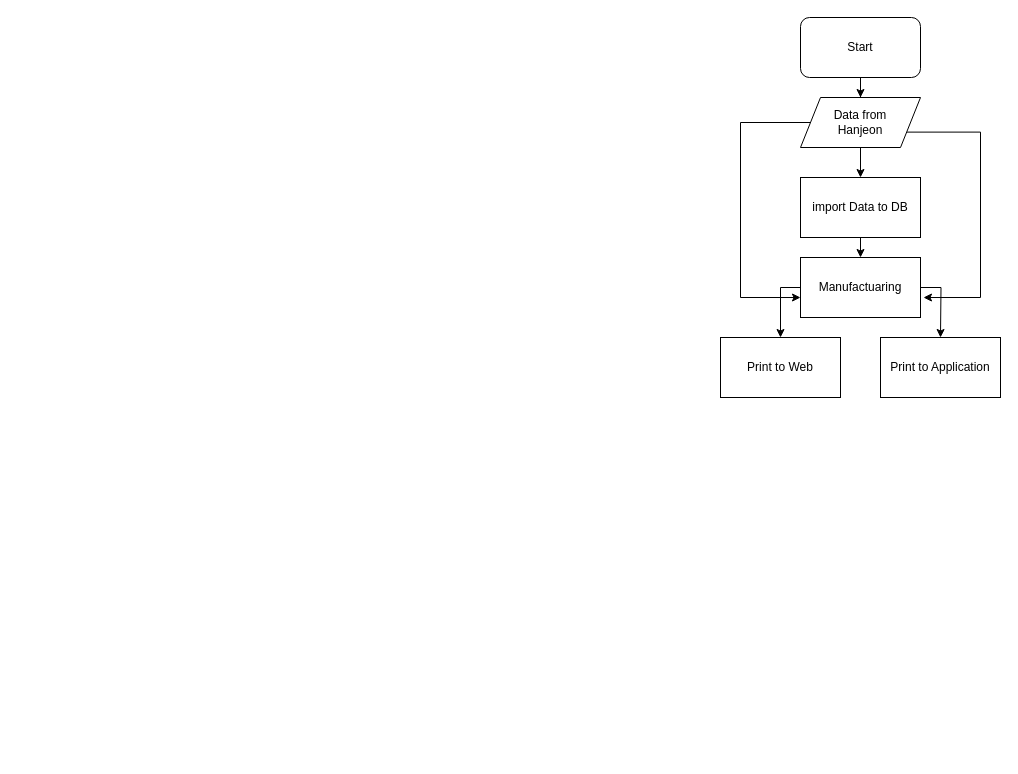
Before: Untitled Diagram.drawio in lot8229/Kdn-Algorithm, a draw.io diagram. Source tidied: cells renumbered, new cells numbered last; positions are measured from the earlier drawing's top-left corner, leaving out a move shared by most shapes. Both pictures are drawn from the tidied source at 100%, with x=0, y=0 at pixel (720, 17).
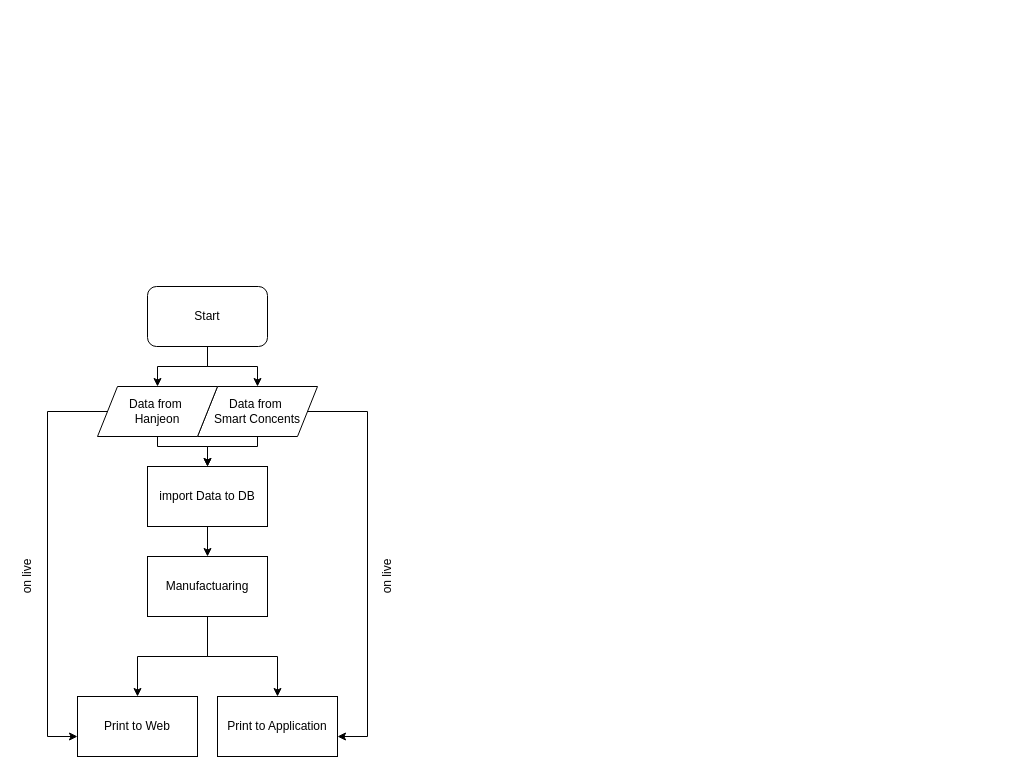
The same page after the edit.

Change to the diagram source:
```diff
@@
+    <mxCell id="15" style="edgeStyle=orthogonalEdgeStyle;rounded=0;jettySize=auto;html=1;" parent="1" edge="1" source="3" target="19">
+      <mxGeometry relative="1" as="geometry" />
+    </mxCell>
@@
     <mxCell id="3" value="Start" style="rounded=1;whiteSpace=wrap;html=1;" parent="1" vertex="1">
-      <mxGeometry x="80" width="120" height="60" as="geometry" />
+      <mxGeometry x="-573" y="269" width="120" height="60" as="geometry" />
     </mxCell>
+    <mxCell id="16" style="edgeStyle=orthogonalEdgeStyle;rounded=0;jettySize=auto;html=1;exitX=1;exitY=0.5;exitDx=0;exitDy=0;entryX=1;entryY=0.667;entryDx=0;entryDy=0;entryPerimeter=0;" parent="1" edge="1" source="7" target="14">
+      <mxGeometry relative="1" as="geometry">
+        <Array as="points">
+          <mxPoint x="-353" y="394" />
+          <mxPoint x="-353" y="719" />
+        </Array>
+      </mxGeometry>
+    </mxCell>
-    <mxCell id="4" style="edgeStyle=orthogonalEdgeStyle;rounded=0;jettySize=auto;html=1;exitX=0.5;exitY=1;exitDx=0;exitDy=0;" parent="1" edge="1" source="7" target="9">
+    <mxCell id="4" style="edgeStyle=orthogonalEdgeStyle;rounded=0;jettySize=auto;html=1;entryX=0.5;entryY=0;entryDx=0;entryDy=0;" parent="1" edge="1" source="7" target="9">
       <mxGeometry relative="1" as="geometry">
         <Array as="points">
-          <mxPoint x="140" y="120" />
+          <mxPoint x="-463" y="429" />
+          <mxPoint x="-513" y="429" />
         </Array>
       </mxGeometry>
     </mxCell>
-    <mxCell id="5" style="edgeStyle=orthogonalEdgeStyle;rounded=0;jettySize=auto;html=1;exitX=1;exitY=0.75;exitDx=0;exitDy=0;entryX=1.025;entryY=0.667;entryDx=0;entryDy=0;entryPerimeter=0;" parent="1" edge="1" source="7" target="12">
-      <mxGeometry relative="1" as="geometry">
-        <Array as="points">
-          <mxPoint x="260" y="115" />
-          <mxPoint x="260" y="280" />
-        </Array>
-      </mxGeometry>
-    </mxCell>
-    <mxCell id="6" style="edgeStyle=orthogonalEdgeStyle;rounded=0;jettySize=auto;html=1;entryX=0;entryY=0.667;entryDx=0;entryDy=0;entryPerimeter=0;" parent="1" edge="1" source="7" target="12">
-      <mxGeometry relative="1" as="geometry">
-        <Array as="points">
-          <mxPoint x="20" y="105" />
-          <mxPoint x="20" y="280" />
-        </Array>
-      </mxGeometry>
-    </mxCell>
-    <mxCell id="7" value="Data from &lt;br&gt;Hanjeon" style="shape=parallelogram;perimeter=parallelogramPerimeter;whiteSpace=wrap;html=1;fixedSize=1;" parent="1" vertex="1">
-      <mxGeometry x="80" y="80" width="120" height="50" as="geometry" />
+    <mxCell id="7" value="Data from&amp;nbsp;&lt;br&gt;Smart Concents" style="shape=parallelogram;perimeter=parallelogramPerimeter;whiteSpace=wrap;html=1;fixedSize=1;" parent="1" vertex="1">
+      <mxGeometry x="-523" y="369" width="120" height="50" as="geometry" />
     </mxCell>
-    <mxCell id="8" style="edgeStyle=orthogonalEdgeStyle;rounded=0;jettySize=auto;html=1;" parent="1" edge="1" source="9">
-      <mxGeometry relative="1" as="geometry">
-        <mxPoint x="140" y="240" as="targetPoint" />
-      </mxGeometry>
-    </mxCell>
-    <mxCell id="9" value="import Data to DB" style="rounded=0;whiteSpace=wrap;html=1;" parent="1" vertex="1">
-      <mxGeometry x="80" y="160" width="120" height="60" as="geometry" />
-    </mxCell>
-    <mxCell id="10" style="edgeStyle=orthogonalEdgeStyle;rounded=0;jettySize=auto;html=1;" parent="1" edge="1" source="12">
-      <mxGeometry relative="1" as="geometry">
-        <mxPoint x="60" y="320" as="targetPoint" />
-      </mxGeometry>
-    </mxCell>
-    <mxCell id="11" style="edgeStyle=orthogonalEdgeStyle;rounded=0;jettySize=auto;html=1;" parent="1" edge="1" source="12">
-      <mxGeometry relative="1" as="geometry">
-        <mxPoint x="220" y="320" as="targetPoint" />
-      </mxGeometry>
-    </mxCell>
-    <mxCell id="12" value="Manufactuaring" style="rounded=0;whiteSpace=wrap;html=1;" parent="1" vertex="1">
-      <mxGeometry x="80" y="240" width="120" height="60" as="geometry" />
-    </mxCell>
     <mxCell id="13" value="Print to Web" style="rounded=0;whiteSpace=wrap;html=1;" parent="1" vertex="1">
-      <mxGeometry y="320" width="120" height="60" as="geometry" />
+      <mxGeometry x="-643" y="679" width="120" height="60" as="geometry" />
     </mxCell>
     <mxCell id="14" value="Print to Application" style="rounded=0;whiteSpace=wrap;html=1;" parent="1" vertex="1">
-      <mxGeometry x="160" y="320" width="120" height="60" as="geometry" />
+      <mxGeometry x="-503" y="679" width="120" height="60" as="geometry" />
     </mxCell>
+    <mxCell id="17" style="edgeStyle=orthogonalEdgeStyle;rounded=0;jettySize=auto;html=1;entryX=0;entryY=0.667;entryDx=0;entryDy=0;entryPerimeter=0;" parent="1" edge="1" source="19" target="13">
+      <mxGeometry relative="1" as="geometry">
+        <Array as="points">
+          <mxPoint x="-673" y="394" />
+          <mxPoint x="-673" y="719" />
+        </Array>
+      </mxGeometry>
+    </mxCell>
+    <mxCell id="18" style="edgeStyle=orthogonalEdgeStyle;rounded=0;jettySize=auto;html=1;exitX=0.5;exitY=1;exitDx=0;exitDy=0;entryX=0.5;entryY=0;entryDx=0;entryDy=0;" parent="1" edge="1" source="19" target="9">
+      <mxGeometry relative="1" as="geometry">
+        <Array as="points">
+          <mxPoint x="-563" y="429" />
+          <mxPoint x="-513" y="429" />
+        </Array>
+      </mxGeometry>
+    </mxCell>
+    <mxCell id="19" value="Data from&amp;nbsp;&lt;br&gt;Hanjeon" style="shape=parallelogram;perimeter=parallelogramPerimeter;whiteSpace=wrap;html=1;fixedSize=1;" parent="1" vertex="1">
+      <mxGeometry x="-623" y="369" width="120" height="50" as="geometry" />
+    </mxCell>
+    <mxCell id="20" style="edgeStyle=orthogonalEdgeStyle;rounded=0;jettySize=auto;html=1;exitX=0.5;exitY=1;exitDx=0;exitDy=0;entryX=0.5;entryY=0;entryDx=0;entryDy=0;" parent="1" edge="1" source="9" target="12">
+      <mxGeometry relative="1" as="geometry" />
+    </mxCell>
+    <mxCell id="9" value="import Data to DB" style="rounded=0;whiteSpace=wrap;html=1;" parent="1" vertex="1">
+      <mxGeometry x="-573" y="449" width="120" height="60" as="geometry" />
+    </mxCell>
+    <mxCell id="21" style="edgeStyle=orthogonalEdgeStyle;rounded=0;jettySize=auto;html=1;exitX=0.5;exitY=1;exitDx=0;exitDy=0;entryX=0.5;entryY=0;entryDx=0;entryDy=0;" parent="1" edge="1" source="12" target="13">
+      <mxGeometry relative="1" as="geometry" />
+    </mxCell>
+    <mxCell id="22" style="edgeStyle=orthogonalEdgeStyle;rounded=0;jettySize=auto;html=1;" parent="1" edge="1" source="12" target="14">
+      <mxGeometry relative="1" as="geometry" />
+    </mxCell>
+    <mxCell id="12" value="Manufactuaring" style="rounded=0;whiteSpace=wrap;html=1;" parent="1" vertex="1">
+      <mxGeometry x="-573" y="539" width="120" height="60" as="geometry" />
+    </mxCell>
+    <mxCell id="23" value="on live" style="text;html=1;strokeColor=none;fillColor=none;align=center;verticalAlign=middle;whiteSpace=wrap;rounded=0;rotation=-90;" parent="1" vertex="1">
+      <mxGeometry x="-743" y="549" width="100" height="20" as="geometry" />
+    </mxCell>
+    <mxCell id="24" value="on live" style="text;html=1;strokeColor=none;fillColor=none;align=center;verticalAlign=middle;whiteSpace=wrap;rounded=0;rotation=-90;" parent="1" vertex="1">
+      <mxGeometry x="-383" y="549" width="100" height="20" as="geometry" />
+    </mxCell>
```
